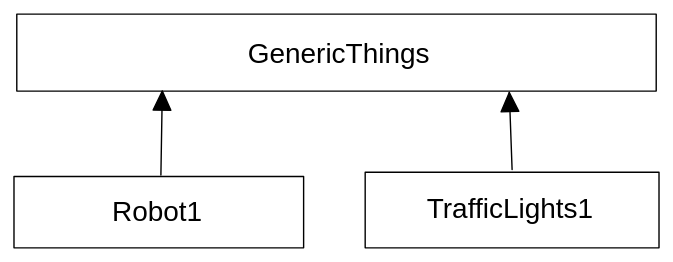
This is docs/.gitbook/assets/file.excalidraw (2).svg from DSvinka-Codes/ThingworxDocs, a Excalidraw export, as it was before one commit. Source tidied: one line per element, renumbered; positions are measured from the earlier drawing's top-left corner, leaving out a move shared by most shapes.
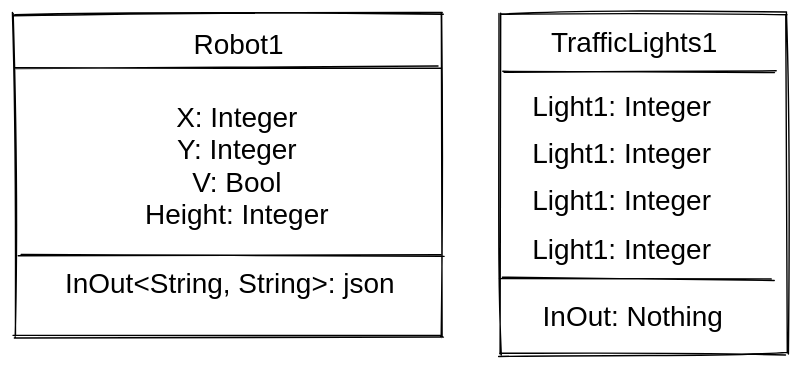
After the commit.

Diff of the diagram source:
```diff
@@ -1,8 +1,15 @@
-{"id": 0, "type": "rectangle", "strokeColor": "#000000", "strokeWidth": 1, "roughness": 0, "x": 2, "y": 0, "width": 457, "height": 55}
-{"id": 1, "type": "rectangle", "strokeColor": "#000000", "strokeWidth": 1, "roughness": 0, "x": 0, "y": 116, "width": 207, "height": 51}
-{"id": 2, "type": "rectangle", "strokeColor": "#000000", "strokeWidth": 1, "roughness": 0, "x": 251, "y": 113, "width": 210, "height": 54}
-{"id": 3, "type": "text", "text": "GenericThings", "strokeColor": "#000000", "strokeWidth": 1, "roughness": 0, "fontSize": 20, "fontFamily": 2, "x": 167, "y": 17, "width": 130, "height": 23}
-{"id": 4, "type": "text", "text": "Robot1", "strokeColor": "#000000", "strokeWidth": 1, "roughness": 0, "fontSize": 20, "fontFamily": 2, "x": 70, "y": 130, "width": 64, "height": 23}
+{"id": 4, "type": "text", "text": "Robot1", "strokeColor": "#000000", "strokeWidth": 1, "roughness": 1, "fontSize": 20, "fontFamily": 2, "textAlign": "center", "x": -123, "y": -158, "width": 64, "height": 23}
-{"id": 5, "type": "text", "text": "TrafficLights1", "strokeColor": "#000000", "strokeWidth": 1, "roughness": 0, "fontSize": 20, "fontFamily": 2, "x": 295, "y": 128, "width": 119, "height": 23}
+{"id": 5, "type": "text", "text": "TrafficLights1", "strokeColor": "#000000", "strokeWidth": 1, "roughness": 1, "fontSize": 20, "fontFamily": 2, "textAlign": "center", "x": 133, "y": -160, "width": 119, "height": 23}
-{"id": 6, "type": "arrow", "strokeColor": "#000000", "strokeWidth": 1, "roughness": 0, "endArrowhead": "triangle", "from": 4, "to": 0, "x": 105, "y": 115, "width": 1, "height": 60, "points": [[0, 0], [1, -60]]}
-{"id": 7, "type": "arrow", "strokeColor": "#000000", "strokeWidth": 1, "roughness": 0, "endArrowhead": "triangle", "from": 2, "to": 0, "x": 356, "y": 111, "width": 2, "height": 55, "points": [[0, 0], [-2, -55]]}
+{"id": 8, "type": "line", "strokeColor": "#000000", "strokeWidth": 1, "roughness": 1, "round": true, "x": -251, "y": -131, "width": 304, "height": 1, "points": [[0, 0], [304, -1]]}
+{"id": 9, "type": "line", "strokeColor": "#000000", "strokeWidth": 1, "roughness": 1, "round": true, "x": 98, "y": -128, "width": 196, "height": 0, "points": [[0, 0], [196, 0]]}
+{"id": 10, "type": "text", "text": "Light1: Integer", "strokeColor": "#000000", "strokeWidth": 1, "roughness": 1, "fontSize": 20, "fontFamily": 2, "textAlign": "center", "x": 119, "y": -114, "width": 128, "height": 23}
+{"id": 11, "type": "text", "text": "Light1: Integer", "strokeColor": "#000000", "strokeWidth": 1, "roughness": 1, "fontSize": 20, "fontFamily": 2, "textAlign": "center", "x": 119, "y": -80, "width": 128, "height": 23}
+{"id": 12, "type": "text", "text": "Light1: Integer", "strokeColor": "#000000", "strokeWidth": 1, "roughness": 1, "fontSize": 20, "fontFamily": 2, "textAlign": "center", "x": 119, "y": -46, "width": 128, "height": 23}
+{"id": 13, "type": "text", "text": "Light1: Integer", "strokeColor": "#000000", "strokeWidth": 1, "roughness": 1, "fontSize": 20, "fontFamily": 2, "textAlign": "center", "x": 119, "y": -12, "width": 128, "height": 23}
+{"id": 14, "type": "line", "strokeColor": "#000000", "strokeWidth": 1, "roughness": 1, "round": true, "x": 96, "y": 20, "width": 195, "height": 1, "points": [[0, 0], [195, 1]]}
+{"id": 15, "type": "text", "text": "InOut: Nothing", "strokeColor": "#000000", "strokeWidth": 1, "roughness": 1, "fontSize": 20, "fontFamily": 2, "textAlign": "center", "x": 127, "y": 36, "width": 129, "height": 23}
+{"id": 16, "type": "text", "text": "InOut<String, String>: json", "strokeColor": "#000000", "strokeWidth": 1, "roughness": 1, "fontSize": 20, "fontFamily": 2, "textAlign": "center", "x": -215, "y": 12, "width": 236, "height": 23}
+{"id": 17, "type": "text", "text": "X: Integer\nY: Integer\nV: Bool\nHeight: Integer", "strokeColor": "#000000", "strokeWidth": 1, "roughness": 1, "fontSize": 20, "fontFamily": 2, "textAlign": "center", "x": -158, "y": -106, "width": 131, "height": 92}
+{"id": 18, "type": "rectangle", "strokeColor": "#000000", "strokeWidth": 1, "roughness": 1, "x": -251, "y": -169, "width": 306, "height": 231}
+{"id": 19, "type": "rectangle", "strokeColor": "#000000", "strokeWidth": 1, "roughness": 1, "x": 96, "y": -169, "width": 205, "height": 243}
+{"id": 20, "type": "line", "strokeColor": "#000000", "strokeWidth": 1, "roughness": 1, "round": true, "x": -248, "y": 4, "width": 303, "height": 0, "points": [[0, 0], [303, 0]]}
```
